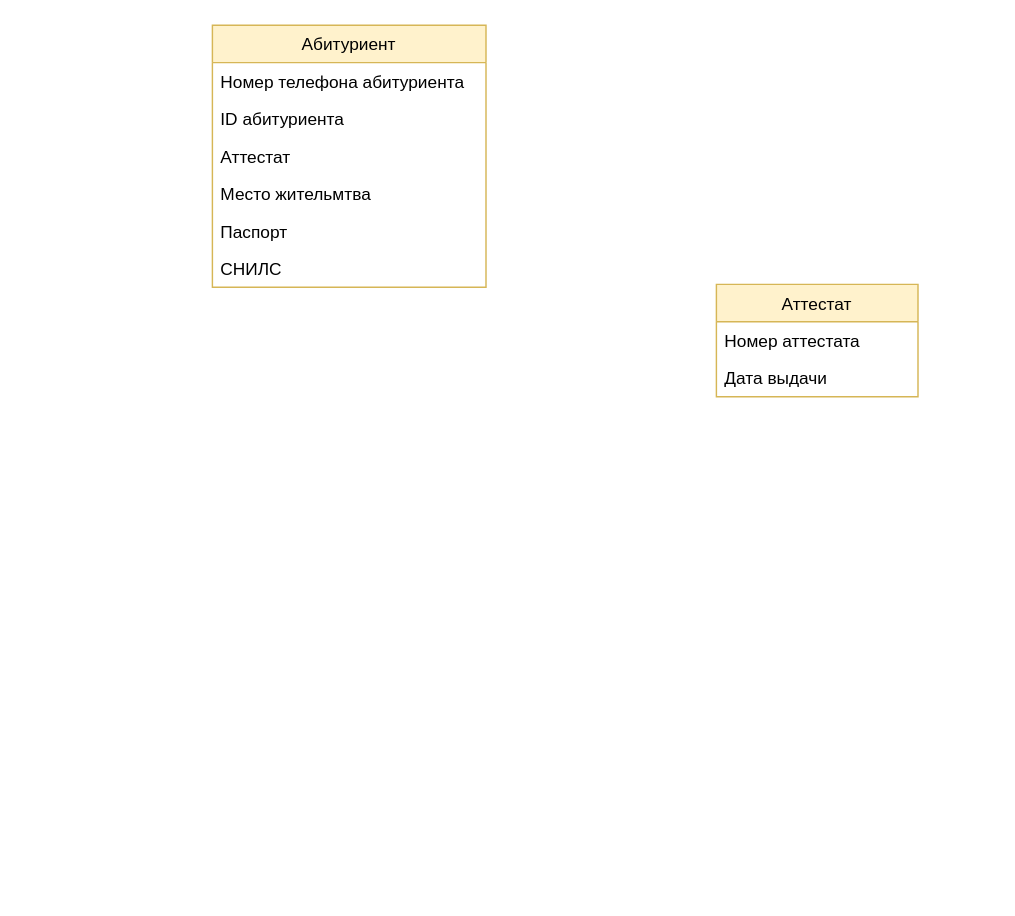
Earlier version of the draw.io diagram Untitled Diagram.drawio (d4nd3l10n36/123). Source tidied: cells renumbered, new cells numbered last; positions are measured from the earlier drawing's top-left corner, leaving out a move shared by most shapes. Both pictures are drawn from the tidied source at 144%, with x=0, y=0 at pixel (212, 24).
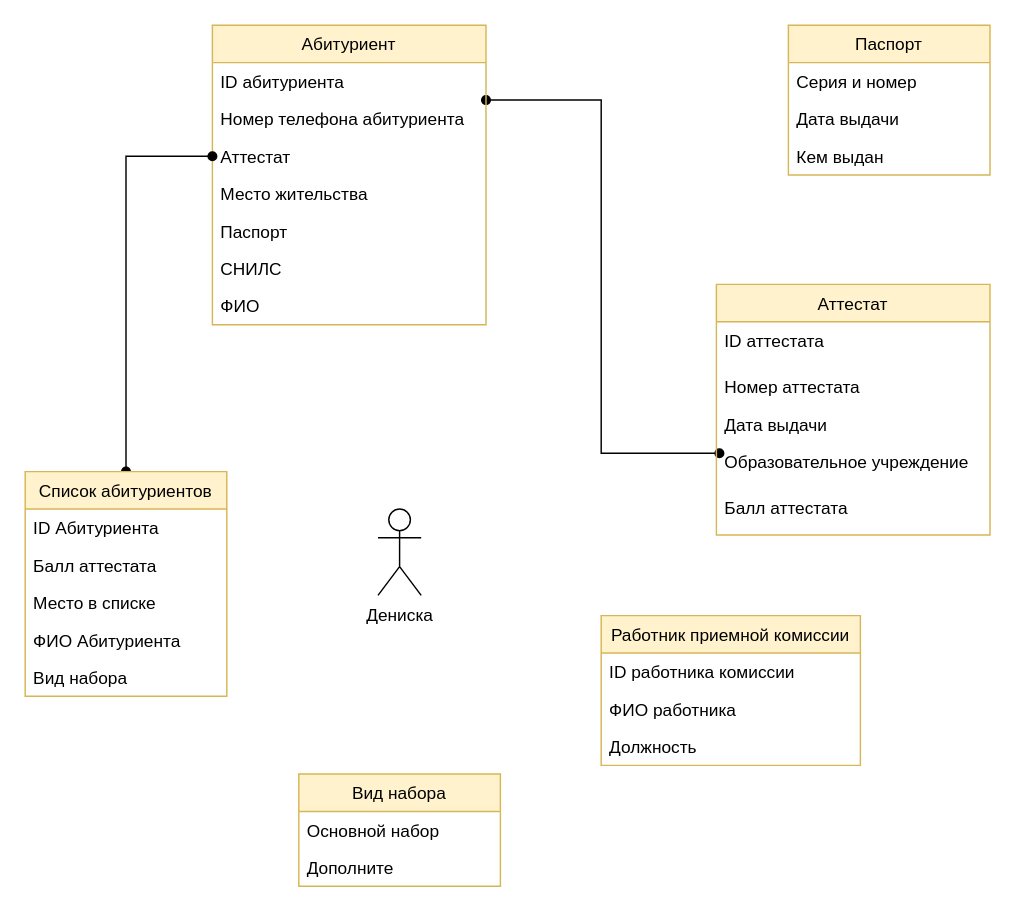
Above is the later version.

Unchanged cells that the change refers to:
```xml
<mxCell id="5" value="Аттестат" style="text;strokeColor=none;fillColor=none;align=left;verticalAlign=top;spacingLeft=4;spacingRight=4;overflow=hidden;points=[[0,0.5],[1,0.5]];portConstraint=eastwest;" parent="2" vertex="1">
  <mxGeometry y="78" width="190" height="26" as="geometry" />
</mxCell>
```

What changed in the source:
```diff
@@
+    <mxCell id="12" style="edgeStyle=orthogonalEdgeStyle;rounded=0;jettySize=auto;html=1;exitX=1;exitY=0.25;exitDx=0;exitDy=0;entryX=0.011;entryY=0.226;entryDx=0;entryDy=0;entryPerimeter=0;endArrow=oval;endFill=1;startArrow=oval;startFill=1;" parent="1" edge="1" source="2" target="15">
+      <mxGeometry relative="1" as="geometry" />
+    </mxCell>
     <mxCell id="2" value="Абитуриент" style="swimlane;fontStyle=0;horizontal=1;startSize=26;fillColor=#fff2cc;strokeColor=#d6b656;" parent="1" vertex="1">
-      <mxGeometry width="190" height="182" as="geometry" />
+      <mxGeometry width="190" height="208" as="geometry" />
     </mxCell>
+    <mxCell id="4" value="ID абитуриента" style="text;strokeColor=none;fillColor=none;align=left;verticalAlign=top;spacingLeft=4;spacingRight=4;overflow=hidden;" parent="2" vertex="1">
+      <mxGeometry y="26" width="190" height="26" as="geometry" />
+    </mxCell>
     <mxCell id="3" value="Номер телефона абитуриента" style="text;strokeColor=none;fillColor=none;align=left;verticalAlign=top;spacingLeft=4;spacingRight=4;overflow=hidden;" parent="2" vertex="1">
-      <mxGeometry y="26" width="190" height="26" as="geometry" />
+      <mxGeometry y="52" width="190" height="26" as="geometry" />
     </mxCell>
-    <mxCell id="4" value="ID абитуриента" style="text;strokeColor=none;fillColor=none;align=left;verticalAlign=top;spacingLeft=4;spacingRight=4;overflow=hidden;" parent="2" vertex="1">
-      <mxGeometry y="52" width="190" height="26" as="geometry" />
-    </mxCell>
@@
-    <mxCell id="6" value="Место жительмтва" style="text;strokeColor=none;fillColor=none;align=left;verticalAlign=top;spacingLeft=4;spacingRight=4;overflow=hidden;" parent="2" vertex="1">
+    <mxCell id="6" value="Место жительства" style="text;strokeColor=none;fillColor=none;align=left;verticalAlign=top;spacingLeft=4;spacingRight=4;overflow=hidden;" parent="2" vertex="1">
       <mxGeometry y="104" width="190" height="26" as="geometry" />
     </mxCell>
@@
+    <mxCell id="13" value="ФИО" style="text;strokeColor=none;fillColor=none;align=left;verticalAlign=top;spacingLeft=4;spacingRight=4;overflow=hidden;" parent="2" vertex="1">
+      <mxGeometry y="182" width="190" height="26" as="geometry" />
+    </mxCell>
     <mxCell id="9" value="Аттестат" style="swimlane;fontStyle=0;horizontal=1;startSize=26;fillColor=#fff2cc;strokeColor=#d6b656;" parent="1" vertex="1">
-      <mxGeometry x="350" y="180" width="140" height="78" as="geometry" />
+      <mxGeometry x="350" y="180" width="190" height="174" as="geometry" />
     </mxCell>
+    <mxCell id="14" value="ID аттестата" style="text;strokeColor=none;fillColor=none;align=left;verticalAlign=top;spacingLeft=4;spacingRight=4;overflow=hidden;" parent="9" vertex="1">
+      <mxGeometry y="26" width="190" height="32" as="geometry" />
+    </mxCell>
     <mxCell id="10" value="Номер аттестата" style="text;strokeColor=none;fillColor=none;align=left;verticalAlign=top;spacingLeft=4;spacingRight=4;overflow=hidden;" parent="9" vertex="1">
-      <mxGeometry y="26" width="140" height="26" as="geometry" />
+      <mxGeometry y="58" width="190" height="26" as="geometry" />
     </mxCell>
     <mxCell id="11" value="Дата выдачи " style="text;strokeColor=none;fillColor=none;align=left;verticalAlign=top;spacingLeft=4;spacingRight=4;overflow=hidden;" parent="9" vertex="1">
-      <mxGeometry y="52" width="140" height="26" as="geometry" />
+      <mxGeometry y="84" width="190" height="26" as="geometry" />
     </mxCell>
+    <mxCell id="15" value="Образовательное учреждение" style="text;strokeColor=none;fillColor=none;align=left;verticalAlign=top;spacingLeft=4;spacingRight=4;overflow=hidden;points=[[0,0.5],[1,0.5]];portConstraint=eastwest;" parent="9" vertex="1">
+      <mxGeometry y="110" width="190" height="32" as="geometry" />
+    </mxCell>
+    <mxCell id="16" value="Балл аттестата" style="text;strokeColor=none;fillColor=none;align=left;verticalAlign=top;spacingLeft=4;spacingRight=4;overflow=hidden;" parent="9" vertex="1">
+      <mxGeometry y="142" width="190" height="32" as="geometry" />
+    </mxCell>
+    <mxCell id="17" style="edgeStyle=orthogonalEdgeStyle;rounded=0;jettySize=auto;html=1;exitX=0.5;exitY=0;exitDx=0;exitDy=0;entryX=0;entryY=0.5;entryDx=0;entryDy=0;startArrow=oval;startFill=1;endArrow=oval;endFill=1;" parent="1" edge="1" source="18" target="5">
+      <mxGeometry relative="1" as="geometry" />
+    </mxCell>
+    <mxCell id="18" value="Список абитуриентов" style="swimlane;fontStyle=0;horizontal=1;startSize=26;fillColor=#fff2cc;strokeColor=#d6b656;" parent="1" vertex="1">
+      <mxGeometry x="-130" y="310" width="140" height="156" as="geometry" />
+    </mxCell>
+    <mxCell id="19" value="ID Абитуриента" style="text;strokeColor=none;fillColor=none;align=left;verticalAlign=top;spacingLeft=4;spacingRight=4;overflow=hidden;" parent="18" vertex="1">
+      <mxGeometry y="26" width="140" height="26" as="geometry" />
+    </mxCell>
+    <mxCell id="20" value="Балл аттестата" style="text;strokeColor=none;fillColor=none;align=left;verticalAlign=top;spacingLeft=4;spacingRight=4;overflow=hidden;" parent="18" vertex="1">
+      <mxGeometry y="52" width="140" height="26" as="geometry" />
+    </mxCell>
+    <mxCell id="21" value="Место в списке" style="text;strokeColor=none;fillColor=none;align=left;verticalAlign=top;spacingLeft=4;spacingRight=4;overflow=hidden;" parent="18" vertex="1">
+      <mxGeometry y="78" width="140" height="26" as="geometry" />
+    </mxCell>
+    <mxCell id="22" value="ФИО Абитуриента" style="text;strokeColor=none;fillColor=none;align=left;verticalAlign=top;spacingLeft=4;spacingRight=4;overflow=hidden;" parent="18" vertex="1">
+      <mxGeometry y="104" width="140" height="26" as="geometry" />
+    </mxCell>
+    <mxCell id="23" value="Вид набора" style="text;strokeColor=none;fillColor=none;align=left;verticalAlign=top;spacingLeft=4;spacingRight=4;overflow=hidden;" parent="18" vertex="1">
+      <mxGeometry y="130" width="140" height="26" as="geometry" />
+    </mxCell>
+    <mxCell id="24" value="Работник приемной комиссии" style="swimlane;fontStyle=0;horizontal=1;startSize=26;fillColor=#fff2cc;strokeColor=#d6b656;" parent="1" vertex="1">
+      <mxGeometry x="270" y="410" width="180" height="104" as="geometry" />
+    </mxCell>
+    <mxCell id="25" value="ID работника комиссии" style="text;strokeColor=none;fillColor=none;align=left;verticalAlign=top;spacingLeft=4;spacingRight=4;overflow=hidden;" parent="24" vertex="1">
+      <mxGeometry y="26" width="180" height="26" as="geometry" />
+    </mxCell>
+    <mxCell id="26" value="ФИО работника" style="text;strokeColor=none;fillColor=none;align=left;verticalAlign=top;spacingLeft=4;spacingRight=4;overflow=hidden;" parent="24" vertex="1">
+      <mxGeometry y="52" width="180" height="26" as="geometry" />
+    </mxCell>
+    <mxCell id="27" value="Должность " style="text;strokeColor=none;fillColor=none;align=left;verticalAlign=top;spacingLeft=4;spacingRight=4;overflow=hidden;" parent="24" vertex="1">
+      <mxGeometry y="78" width="180" height="26" as="geometry" />
+    </mxCell>
+    <mxCell id="28" value="Паспорт" style="swimlane;fontStyle=0;horizontal=1;startSize=26;fillColor=#fff2cc;strokeColor=#d6b656;" parent="1" vertex="1">
+      <mxGeometry x="400" width="140" height="104" as="geometry" />
+    </mxCell>
+    <mxCell id="29" value="Серия и номер " style="text;strokeColor=none;fillColor=none;align=left;verticalAlign=top;spacingLeft=4;spacingRight=4;overflow=hidden;" parent="28" vertex="1">
+      <mxGeometry y="26" width="140" height="26" as="geometry" />
+    </mxCell>
+    <mxCell id="30" value="Дата выдачи" style="text;strokeColor=none;fillColor=none;align=left;verticalAlign=top;spacingLeft=4;spacingRight=4;overflow=hidden;" parent="28" vertex="1">
+      <mxGeometry y="52" width="140" height="26" as="geometry" />
+    </mxCell>
+    <mxCell id="31" value="Кем выдан" style="text;strokeColor=none;fillColor=none;align=left;verticalAlign=top;spacingLeft=4;spacingRight=4;overflow=hidden;" parent="28" vertex="1">
+      <mxGeometry y="78" width="140" height="26" as="geometry" />
+    </mxCell>
+    <mxCell id="32" value="Вид набора" style="swimlane;fontStyle=0;horizontal=1;startSize=26;fillColor=#fff2cc;strokeColor=#d6b656;" parent="1" vertex="1">
+      <mxGeometry x="60" y="520" width="140" height="78" as="geometry" />
+    </mxCell>
+    <mxCell id="33" value="Основной набор" style="text;strokeColor=none;fillColor=none;align=left;verticalAlign=top;spacingLeft=4;spacingRight=4;overflow=hidden;" parent="32" vertex="1">
+      <mxGeometry y="26" width="140" height="26" as="geometry" />
+    </mxCell>
+    <mxCell id="34" value="Дополните" style="text;strokeColor=none;fillColor=none;align=left;verticalAlign=top;spacingLeft=4;spacingRight=4;overflow=hidden;" parent="32" vertex="1">
+      <mxGeometry y="52" width="140" height="26" as="geometry" />
+    </mxCell>
+    <mxCell id="35" value="Дениска " style="shape=umlActor;verticalLabelPosition=bottom;verticalAlign=top;html=1;" parent="1" vertex="1">
+      <mxGeometry x="115" y="336" width="30" height="60" as="geometry" />
+    </mxCell>
```
